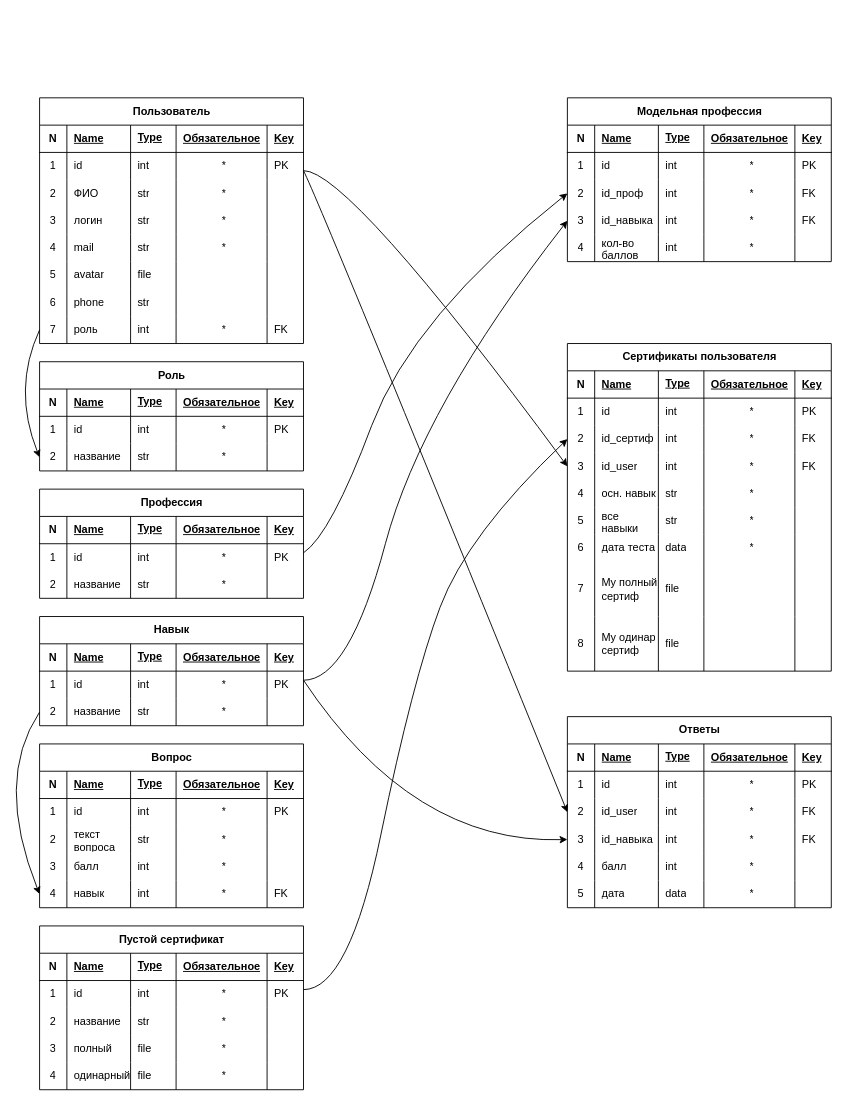
This is Сущности/Сущности.drawio from setusq/SPO234D6, a draw.io file, before an edit. Source tidied: cells renumbered, new cells numbered last; positions are measured from the earlier drawing's top-left corner, leaving out a move shared by most shapes. Both pictures are drawn from the tidied source at 91%, with x=0, y=0 at pixel (-6, 97).
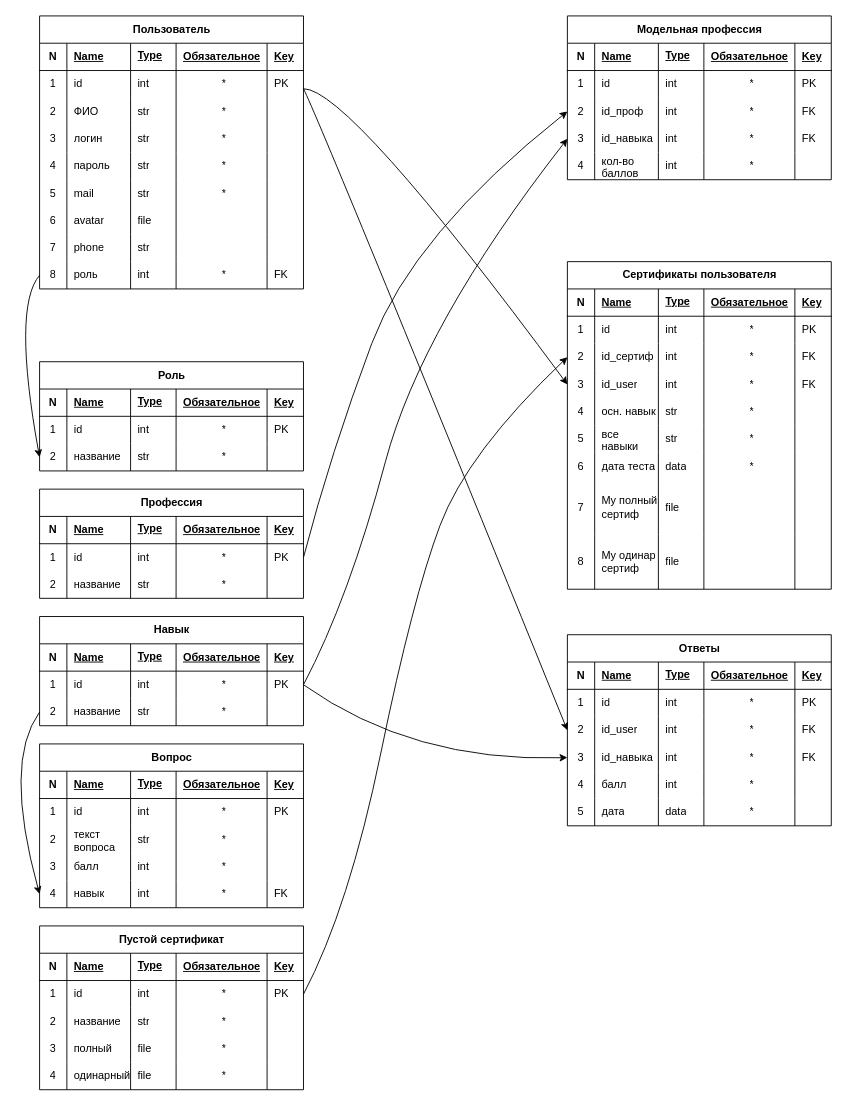
Above is the later version.

Unchanged cells that the change refers to:
```xml
<mxCell id="64" style="shape=tableRow;horizontal=0;startSize=0;swimlaneHead=0;swimlaneBody=0;fillColor=none;points=[[0,0.5],[1,0.5]];portConstraint=eastwest;top=0;left=0;right=0;bottom=0;" parent="51" vertex="1">
  <mxGeometry y="90" width="290" height="30" as="geometry" />
</mxCell>
<mxCell id="77" style="shape=tableRow;horizontal=0;startSize=0;swimlaneHead=0;swimlaneBody=0;fillColor=none;points=[[0,0.5],[1,0.5]];portConstraint=eastwest;top=0;left=0;right=0;bottom=0;" parent="70" vertex="1">
  <mxGeometry y="60" width="290" height="30" as="geometry" />
</mxCell>
<mxCell id="83" style="shape=tableRow;horizontal=0;startSize=0;swimlaneHead=0;swimlaneBody=0;fillColor=none;points=[[0,0.5],[1,0.5]];portConstraint=eastwest;top=0;left=0;right=0;bottom=0;" parent="70" vertex="1">
  <mxGeometry y="90" width="290" height="30" as="geometry" />
</mxCell>
<mxCell id="114" style="shape=tableRow;horizontal=0;startSize=0;swimlaneHead=0;swimlaneBody=0;fillColor=none;points=[[0,0.5],[1,0.5]];portConstraint=eastwest;top=0;left=0;right=0;bottom=0;" parent="89" vertex="1">
  <mxGeometry y="150" width="290" height="30" as="geometry" />
</mxCell>
<mxCell id="127" style="shape=tableRow;horizontal=0;startSize=0;swimlaneHead=0;swimlaneBody=0;fillColor=none;points=[[0,0.5],[1,0.5]];portConstraint=eastwest;top=0;left=0;right=0;bottom=0;" parent="120" vertex="1">
  <mxGeometry y="60" width="290" height="30" as="geometry" />
</mxCell>
<mxCell id="152" style="shape=tableRow;horizontal=0;startSize=0;swimlaneHead=0;swimlaneBody=0;fillColor=none;points=[[0,0.5],[1,0.5]];portConstraint=eastwest;top=0;left=0;right=0;bottom=0;" parent="139" vertex="1">
  <mxGeometry y="90" width="290" height="30" as="geometry" />
</mxCell>
<mxCell id="158" style="shape=tableRow;horizontal=0;startSize=0;swimlaneHead=0;swimlaneBody=0;fillColor=none;points=[[0,0.5],[1,0.5]];portConstraint=eastwest;top=0;left=0;right=0;bottom=0;" parent="139" vertex="1">
  <mxGeometry y="120" width="290" height="30" as="geometry" />
</mxCell>
<mxCell id="183" style="shape=tableRow;horizontal=0;startSize=0;swimlaneHead=0;swimlaneBody=0;fillColor=none;points=[[0,0.5],[1,0.5]];portConstraint=eastwest;top=0;left=0;right=0;bottom=0;" parent="170" vertex="1">
  <mxGeometry y="90" width="290" height="30" as="geometry" />
</mxCell>
<mxCell id="189" style="shape=tableRow;horizontal=0;startSize=0;swimlaneHead=0;swimlaneBody=0;fillColor=none;points=[[0,0.5],[1,0.5]];portConstraint=eastwest;top=0;left=0;right=0;bottom=0;" parent="170" vertex="1">
  <mxGeometry y="120" width="290" height="30" as="geometry" />
</mxCell>
<mxCell id="214" style="shape=tableRow;horizontal=0;startSize=0;swimlaneHead=0;swimlaneBody=0;fillColor=none;points=[[0,0.5],[1,0.5]];portConstraint=eastwest;top=0;left=0;right=0;bottom=0;" parent="207" vertex="1">
  <mxGeometry y="60" width="290" height="30" as="geometry" />
</mxCell>
<mxCell id="251" style="shape=tableRow;horizontal=0;startSize=0;swimlaneHead=0;swimlaneBody=0;fillColor=none;points=[[0,0.5],[1,0.5]];portConstraint=eastwest;top=0;left=0;right=0;bottom=0;" parent="238" vertex="1">
  <mxGeometry y="90" width="290" height="30" as="geometry" />
</mxCell>
<mxCell id="257" style="shape=tableRow;horizontal=0;startSize=0;swimlaneHead=0;swimlaneBody=0;fillColor=none;points=[[0,0.5],[1,0.5]];portConstraint=eastwest;top=0;left=0;right=0;bottom=0;" parent="238" vertex="1">
  <mxGeometry y="120" width="290" height="30" as="geometry" />
</mxCell>
```

The edit, as a diff of the source:
```diff
@@
     <mxCell id="2" value="Пользователь" style="shape=table;startSize=30;childLayout=tableLayout;rowLines=0;fontStyle=1;align=center;html=1;" parent="1" vertex="1">
-      <mxGeometry x="50" width="290" height="270" as="geometry" />
+      <mxGeometry x="50" y="-90" width="290" height="300" as="geometry" />
     </mxCell>
@@
+    <mxCell id="301" style="shape=tableRow;horizontal=0;startSize=0;swimlaneHead=0;swimlaneBody=0;fillColor=none;top=0;left=0;right=0;bottom=0;" parent="2" vertex="1">
+      <mxGeometry y="150" width="290" height="30" as="geometry" />
+    </mxCell>
+    <mxCell id="302" value="4" style="shape=partialRectangle;fillColor=none;top=0;left=0;bottom=0;right=0;overflow=hidden;whiteSpace=wrap;html=1;" parent="301" vertex="1">
+      <mxGeometry width="30" height="30" as="geometry" />
+    </mxCell>
+    <mxCell id="303" value="пароль" style="shape=partialRectangle;fillColor=none;top=0;left=0;bottom=0;right=0;align=left;spacingLeft=6;overflow=hidden;whiteSpace=wrap;html=1;" parent="301" vertex="1">
+      <mxGeometry x="30" width="70" height="30" as="geometry" />
+    </mxCell>
+    <mxCell id="304" value="str" style="shape=partialRectangle;fillColor=none;top=0;left=0;bottom=0;right=0;align=left;spacingLeft=6;overflow=hidden;whiteSpace=wrap;html=1;" parent="301" vertex="1">
+      <mxGeometry x="100" width="50" height="30" as="geometry" />
+    </mxCell>
+    <mxCell id="305" value="*" style="shape=partialRectangle;fillColor=none;top=0;left=0;bottom=0;right=0;align=center;spacingLeft=6;overflow=hidden;whiteSpace=wrap;html=1;" parent="301" vertex="1">
+      <mxGeometry x="150" width="100" height="30" as="geometry" />
+    </mxCell>
+    <mxCell id="306" style="shape=partialRectangle;fillColor=none;top=0;left=0;bottom=0;right=0;align=left;spacingLeft=6;overflow=hidden;whiteSpace=wrap;html=1;" parent="301" vertex="1">
+      <mxGeometry x="250" width="40" height="30" as="geometry" />
+    </mxCell>
     <mxCell id="27" style="shape=tableRow;horizontal=0;startSize=0;swimlaneHead=0;swimlaneBody=0;fillColor=none;top=0;left=0;right=0;bottom=0;" parent="2" vertex="1">
-      <mxGeometry y="150" width="290" height="30" as="geometry" />
+      <mxGeometry y="180" width="290" height="30" as="geometry" />
     </mxCell>
-    <mxCell id="28" value="4" style="shape=partialRectangle;fillColor=none;top=0;left=0;bottom=0;right=0;overflow=hidden;whiteSpace=wrap;html=1;" parent="27" vertex="1">
+    <mxCell id="28" value="5" style="shape=partialRectangle;fillColor=none;top=0;left=0;bottom=0;right=0;overflow=hidden;whiteSpace=wrap;html=1;" parent="27" vertex="1">
       <mxGeometry width="30" height="30" as="geometry" />
     </mxCell>
@@
     <mxCell id="33" style="shape=tableRow;horizontal=0;startSize=0;swimlaneHead=0;swimlaneBody=0;fillColor=none;top=0;left=0;right=0;bottom=0;" parent="2" vertex="1">
-      <mxGeometry y="180" width="290" height="30" as="geometry" />
+      <mxGeometry y="210" width="290" height="30" as="geometry" />
     </mxCell>
-    <mxCell id="34" value="5" style="shape=partialRectangle;fillColor=none;top=0;left=0;bottom=0;right=0;overflow=hidden;whiteSpace=wrap;html=1;" parent="33" vertex="1">
+    <mxCell id="34" value="6" style="shape=partialRectangle;fillColor=none;top=0;left=0;bottom=0;right=0;overflow=hidden;whiteSpace=wrap;html=1;" parent="33" vertex="1">
       <mxGeometry width="30" height="30" as="geometry" />
     </mxCell>
@@
     <mxCell id="39" style="shape=tableRow;horizontal=0;startSize=0;swimlaneHead=0;swimlaneBody=0;fillColor=none;top=0;left=0;right=0;bottom=0;" parent="2" vertex="1">
-      <mxGeometry y="210" width="290" height="30" as="geometry" />
+      <mxGeometry y="240" width="290" height="30" as="geometry" />
     </mxCell>
-    <mxCell id="40" value="6" style="shape=partialRectangle;fillColor=none;top=0;left=0;bottom=0;right=0;overflow=hidden;whiteSpace=wrap;html=1;" parent="39" vertex="1">
+    <mxCell id="40" value="7" style="shape=partialRectangle;fillColor=none;top=0;left=0;bottom=0;right=0;overflow=hidden;whiteSpace=wrap;html=1;" parent="39" vertex="1">
       <mxGeometry width="30" height="30" as="geometry" />
     </mxCell>
@@
     <mxCell id="45" style="shape=tableRow;horizontal=0;startSize=0;swimlaneHead=0;swimlaneBody=0;fillColor=none;points=[[0,0.5],[1,0.5]];portConstraint=eastwest;top=0;left=0;right=0;bottom=0;" parent="2" vertex="1">
-      <mxGeometry y="240" width="290" height="30" as="geometry" />
+      <mxGeometry y="270" width="290" height="30" as="geometry" />
     </mxCell>
-    <mxCell id="46" value="7" style="shape=partialRectangle;fillColor=none;top=0;left=0;bottom=0;right=0;overflow=hidden;whiteSpace=wrap;html=1;" parent="45" vertex="1">
+    <mxCell id="46" value="8" style="shape=partialRectangle;fillColor=none;top=0;left=0;bottom=0;right=0;overflow=hidden;whiteSpace=wrap;html=1;" parent="45" vertex="1">
       <mxGeometry width="30" height="30" as="geometry" />
     </mxCell>
@@
     <mxCell id="139" value="Модельная профессия" style="shape=table;startSize=30;childLayout=tableLayout;rowLines=0;fontStyle=1;align=center;html=1;" parent="1" vertex="1">
-      <mxGeometry x="630" width="290" height="180" as="geometry" />
+      <mxGeometry x="630" y="-90" width="290" height="180" as="geometry" />
     </mxCell>
@@
     <mxCell id="170" value="Ответы" style="shape=table;startSize=30;childLayout=tableLayout;rowLines=0;fontStyle=1;align=center;html=1;" parent="1" vertex="1">
-      <mxGeometry x="630" y="680" width="290" height="210" as="geometry" />
+      <mxGeometry x="630" y="590" width="290" height="210" as="geometry" />
     </mxCell>
@@
     <mxCell id="238" value="Сертификаты пользователя" style="shape=table;startSize=30;childLayout=tableLayout;rowLines=0;fontStyle=1;align=center;html=1;" parent="1" vertex="1">
-      <mxGeometry x="630" y="270" width="290" height="360" as="geometry" />
+      <mxGeometry x="630" y="180" width="290" height="360" as="geometry" />
     </mxCell>
@@
     <mxCell id="293" style="curved=1;endArrow=classic;html=1;rounded=0;exitX=0;exitY=0.5;exitDx=0;exitDy=0;entryX=0;entryY=0.5;entryDx=0;entryDy=0;" parent="1" edge="1" source="45" target="64">
       <mxGeometry relative="1" as="geometry">
         <Array as="points">
-          <mxPoint x="20" y="320" />
+          <mxPoint x="20" y="230" />
         </Array>
       </mxGeometry>
     </mxCell>
     <mxCell id="294" style="curved=1;endArrow=classic;html=1;rounded=0;exitX=0;exitY=0.5;exitDx=0;exitDy=0;entryX=0;entryY=0.5;entryDx=0;entryDy=0;" parent="1" edge="1" source="83" target="114">
       <mxGeometry relative="1" as="geometry">
         <Array as="points">
-          <mxPoint y="750" />
+          <mxPoint x="10" y="730" />
         </Array>
       </mxGeometry>
     </mxCell>
-    <mxCell id="295" style="curved=1;endArrow=classic;html=1;rounded=0;entryX=0;entryY=0.5;entryDx=0;entryDy=0;" parent="1" edge="1" target="152">
+    <mxCell id="295" style="curved=1;endArrow=classic;html=1;rounded=0;entryX=0;entryY=0.5;entryDx=0;entryDy=0;exitX=1;exitY=0.5;exitDx=0;exitDy=0;" parent="1" edge="1" source="127" target="152">
       <mxGeometry relative="1" as="geometry">
-        <mxPoint x="340" y="500" as="sourcePoint" />
         <Array as="points">
-          <mxPoint x="370" y="480" />
-          <mxPoint x="460" y="240" />
+          <mxPoint x="370" y="390" />
+          <mxPoint x="460" y="150" />
         </Array>
       </mxGeometry>
     </mxCell>
-    <mxCell id="296" style="curved=1;endArrow=classic;html=1;rounded=0;entryX=0;entryY=0.5;entryDx=0;entryDy=0;" parent="1" edge="1" target="158">
+    <mxCell id="296" style="curved=1;endArrow=classic;html=1;rounded=0;entryX=0;entryY=0.5;entryDx=0;entryDy=0;exitX=1;exitY=0.5;exitDx=0;exitDy=0;" parent="1" edge="1" source="77" target="158">
       <mxGeometry relative="1" as="geometry">
-        <mxPoint x="340" y="640" as="sourcePoint" />
         <Array as="points">
-          <mxPoint x="390" y="640" />
-          <mxPoint x="470" y="340" />
+          <mxPoint x="390" y="550" />
+          <mxPoint x="470" y="250" />
         </Array>
       </mxGeometry>
     </mxCell>
-    <mxCell id="297" style="curved=1;endArrow=classic;html=1;rounded=0;entryX=0;entryY=0.5;entryDx=0;entryDy=0;" parent="1" edge="1" target="251">
+    <mxCell id="297" style="curved=1;endArrow=classic;html=1;rounded=0;entryX=0;entryY=0.5;entryDx=0;entryDy=0;exitX=1;exitY=0.5;exitDx=0;exitDy=0;" parent="1" edge="1" source="214" target="251">
       <mxGeometry relative="1" as="geometry">
-        <mxPoint x="340" y="980" as="sourcePoint" />
         <Array as="points">
-          <mxPoint x="390" y="980" />
-          <mxPoint x="460" y="640" />
-          <mxPoint x="520" y="480" />
+          <mxPoint x="390" y="890" />
+          <mxPoint x="460" y="550" />
+          <mxPoint x="520" y="390" />
         </Array>
       </mxGeometry>
     </mxCell>
     <mxCell id="298" style="curved=1;endArrow=classic;html=1;rounded=0;entryX=0;entryY=0.5;entryDx=0;entryDy=0;" parent="1" edge="1" target="257">
       <mxGeometry relative="1" as="geometry">
-        <mxPoint x="340" y="80" as="sourcePoint" />
+        <mxPoint x="340" y="-10" as="sourcePoint" />
         <Array as="points">
-          <mxPoint x="390" y="80" />
+          <mxPoint x="390" y="-10" />
         </Array>
       </mxGeometry>
     </mxCell>
-    <mxCell id="299" style="curved=1;endArrow=classic;html=1;rounded=0;entryX=0;entryY=0.5;entryDx=0;entryDy=0;" parent="1" edge="1" target="189">
+    <mxCell id="299" style="curved=1;endArrow=classic;html=1;rounded=0;entryX=0;entryY=0.5;entryDx=0;entryDy=0;exitX=1;exitY=0.5;exitDx=0;exitDy=0;" parent="1" edge="1" source="77" target="189">
       <mxGeometry relative="1" as="geometry">
-        <mxPoint x="340" y="640" as="sourcePoint" />
         <Array as="points">
-          <mxPoint x="460" y="820" />
+          <mxPoint x="460" y="730" />
         </Array>
       </mxGeometry>
     </mxCell>
     <mxCell id="300" style="curved=1;endArrow=classic;html=1;rounded=0;entryX=0;entryY=0.5;entryDx=0;entryDy=0;" parent="1" edge="1" target="183">
       <mxGeometry relative="1" as="geometry">
-        <mxPoint x="340" y="80" as="sourcePoint" />
+        <mxPoint x="340" y="-10" as="sourcePoint" />
         <Array as="points">
-          <mxPoint x="360" y="120" />
+          <mxPoint x="360" y="30" />
         </Array>
       </mxGeometry>
     </mxCell>
```
